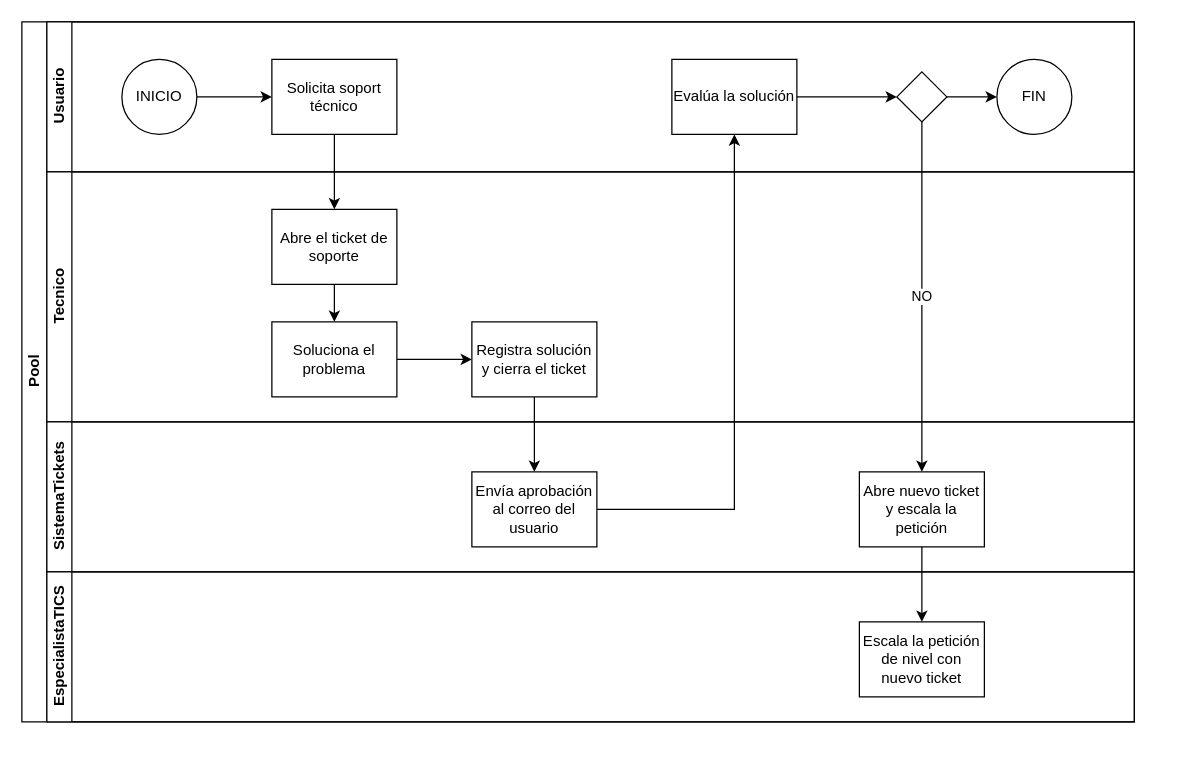
Earlier version of the draw.io diagram SoporteTecnico.drawio (paulchicaiza/tics). Source tidied: cells renumbered, new cells numbered last; positions are measured from the earlier drawing's top-left corner, leaving out a move shared by most shapes. Both pictures are drawn from the tidied source at 125%, with x=0, y=0 at pixel (21, 21).
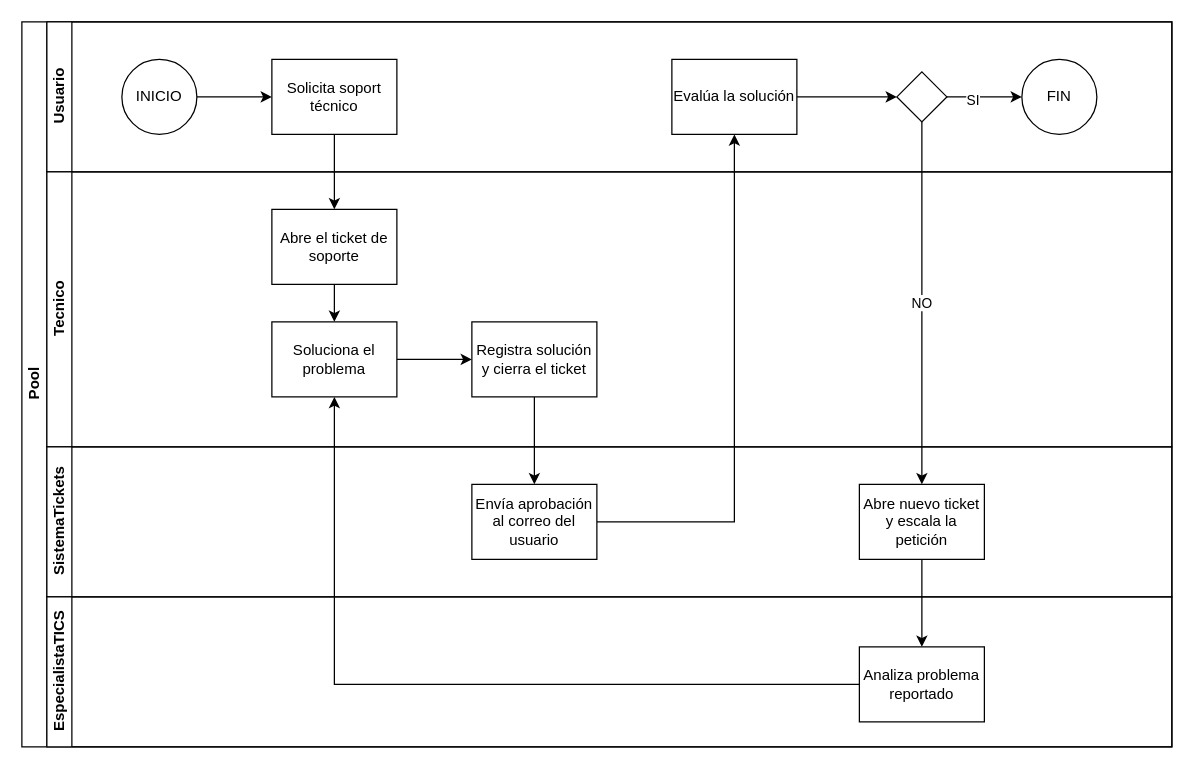
The same diagram, later.

The change refers to these unchanged cells:
```xml
<mxCell id="9" style="edgeStyle=orthogonalEdgeStyle;rounded=0;jettySize=auto;html=1;" parent="3" edge="1" source="6" target="8">
  <mxGeometry relative="1" as="geometry" />
</mxCell>
<mxCell id="19" value="Soluciona el problema" style="rounded=0;whiteSpace=wrap;html=1;fontFamily=Helvetica;fontSize=12;fontColor=#000000;align=center;" parent="16" vertex="1">
  <mxGeometry x="180" y="120" width="100" height="60" as="geometry" />
</mxCell>
```

What changed in the source:
```diff
@@
     <mxCell id="2" value="Pool" style="swimlane;html=1;horizontal=0;startSize=20;" parent="1" vertex="1">
-      <mxGeometry width="890" height="560" as="geometry" />
+      <mxGeometry width="920" height="580" as="geometry" />
     </mxCell>
     <mxCell id="3" value="Usuario" style="swimlane;html=1;startSize=20;horizontal=0;" parent="2" vertex="1">
-      <mxGeometry x="20" width="870" height="120" as="geometry" />
+      <mxGeometry x="20" width="900" height="120" as="geometry" />
     </mxCell>
@@
     <mxCell id="8" value="FIN" style="ellipse;whiteSpace=wrap;html=1;fontColor=#000000;" parent="3" vertex="1">
-      <mxGeometry x="760" y="30" width="60" height="60" as="geometry" />
+      <mxGeometry x="780" y="30" width="60" height="60" as="geometry" />
     </mxCell>
@@
+    <mxCell id="28" value="&lt;div&gt;SI&lt;/div&gt;" style="edgeLabel;html=1;align=center;verticalAlign=middle;" parent="9" vertex="1">
+      <mxGeometry x="-0.33" y="-2" relative="1" as="geometry" />
+    </mxCell>
@@
     <mxCell id="16" value="Tecnico" style="swimlane;html=1;startSize=20;horizontal=0;" parent="2" vertex="1">
-      <mxGeometry x="20" y="120" width="870" height="200" as="geometry" />
+      <mxGeometry x="20" y="120" width="900" height="220" as="geometry" />
     </mxCell>
@@
     <mxCell id="22" value="&lt;div&gt;SistemaTickets&lt;/div&gt;" style="swimlane;html=1;startSize=20;horizontal=0;" parent="2" vertex="1">
-      <mxGeometry x="20" y="320" width="870" height="120" as="geometry" />
+      <mxGeometry x="20" y="340" width="900" height="120" as="geometry" />
     </mxCell>
     <mxCell id="23" value="Envía aprobación al correo del usuario" style="whiteSpace=wrap;html=1;fontColor=#000000;rounded=0;" parent="22" vertex="1">
-      <mxGeometry x="340" y="40" width="100" height="60" as="geometry" />
+      <mxGeometry x="340" y="30" width="100" height="60" as="geometry" />
     </mxCell>
     <mxCell id="24" value="Abre nuevo ticket y escala la petición" style="whiteSpace=wrap;html=1;fontColor=#000000;" parent="22" vertex="1">
-      <mxGeometry x="650" y="40" width="100" height="60" as="geometry" />
+      <mxGeometry x="650" y="30" width="100" height="60" as="geometry" />
     </mxCell>
     <mxCell id="25" value="EspecialistaTICS" style="swimlane;html=1;startSize=20;horizontal=0;" parent="2" vertex="1">
-      <mxGeometry x="20" y="440" width="870" height="120" as="geometry" />
+      <mxGeometry x="20" y="460" width="900" height="120" as="geometry" />
     </mxCell>
-    <mxCell id="26" value="Escala la petición de nivel con nuevo ticket" style="whiteSpace=wrap;html=1;fontColor=#000000;" parent="25" vertex="1">
+    <mxCell id="26" value="Analiza problema reportado" style="whiteSpace=wrap;html=1;fontColor=#000000;" parent="25" vertex="1">
       <mxGeometry x="650" y="40" width="100" height="60" as="geometry" />
     </mxCell>
@@
+    <mxCell id="29" style="edgeStyle=orthogonalEdgeStyle;rounded=0;jettySize=auto;html=1;" parent="2" edge="1" source="26" target="19">
+      <mxGeometry relative="1" as="geometry" />
+    </mxCell>
```
